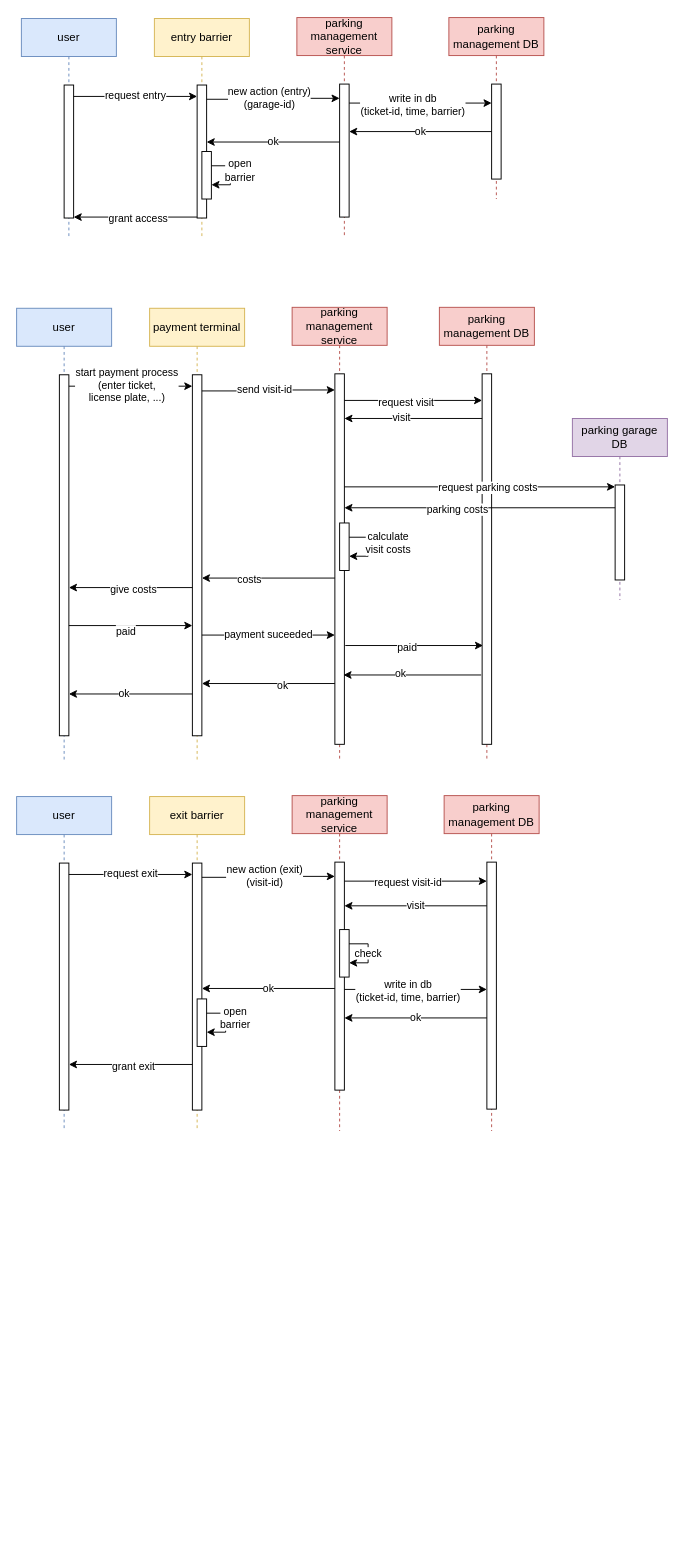
msi-cad-vw/.github keeps this draw.io diagram as page "sequence" (5 of 8) of docu/parking_management.drawio. Above is the earlier version. Source tidied: cells renumbered, new cells numbered last; positions are measured from the earlier drawing's top-left corner, leaving out a move shared by most shapes. Both pictures are drawn from the tidied source at 95%, with x=0, y=0 at pixel (16, 17).
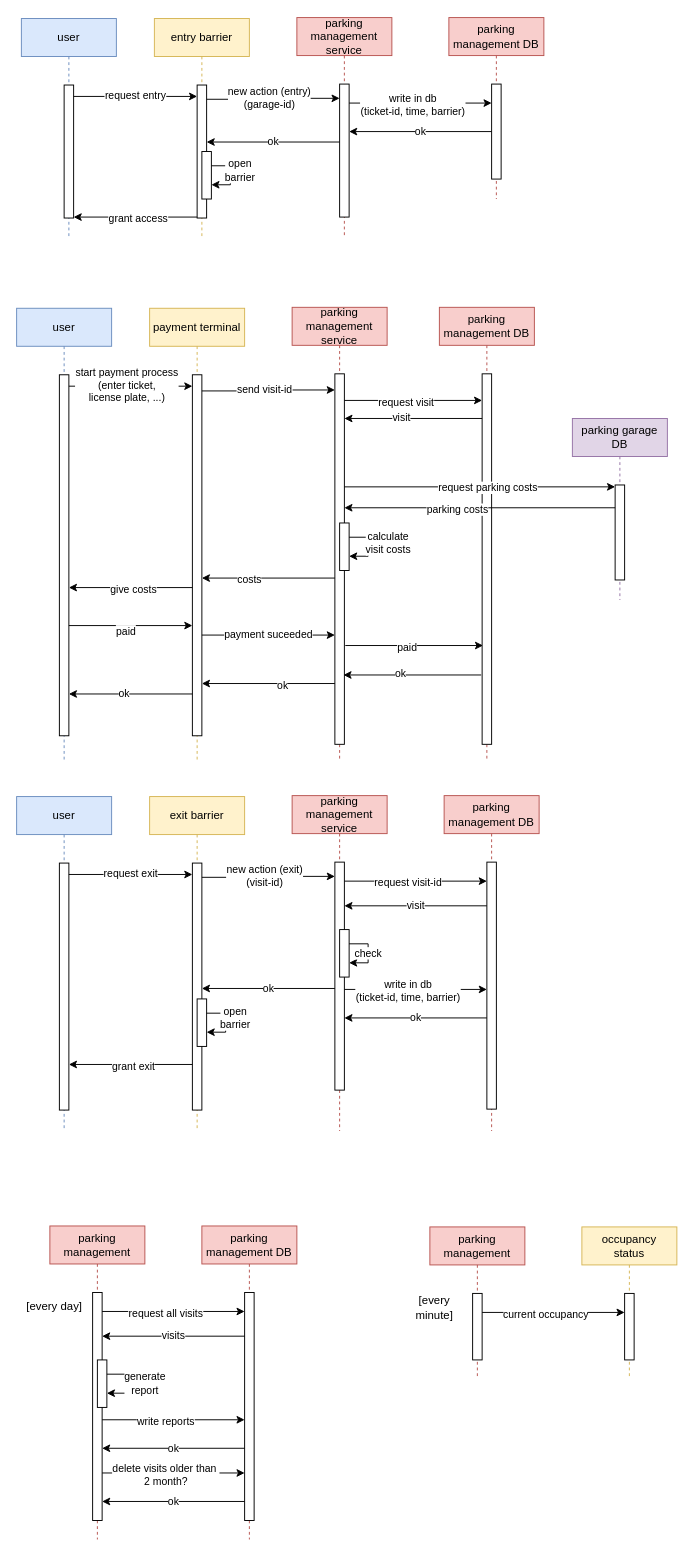
After the change.

Change to the diagram source:
```diff
@@
+    <mxCell id="87" value="parking management" style="shape=umlLifeline;perimeter=lifelinePerimeter;whiteSpace=wrap;html=1;newEdgeStyle={&quot;edgeStyle&quot;:&quot;elbowEdgeStyle&quot;,&quot;elbow&quot;:&quot;vertical&quot;,&quot;curved&quot;:0,&quot;rounded&quot;:0};fillColor=#f8cecc;strokeColor=#b85450;" parent="1" vertex="1">
+      <mxGeometry x="35" y="1272" width="100" height="330" as="geometry" />
+    </mxCell>
+    <mxCell id="88" style="html=1;perimeter=orthogonalPerimeter;targetShapes=umlLifeline;newEdgeStyle={&quot;edgeStyle&quot;:&quot;elbowEdgeStyle&quot;,&quot;elbow&quot;:&quot;vertical&quot;,&quot;curved&quot;:0,&quot;rounded&quot;:0};" parent="87" vertex="1">
+      <mxGeometry x="45" y="70" width="10" height="240" as="geometry" />
+    </mxCell>
+    <mxCell id="89" value="parking management DB" style="shape=umlLifeline;perimeter=lifelinePerimeter;whiteSpace=wrap;html=1;newEdgeStyle={&quot;edgeStyle&quot;:&quot;elbowEdgeStyle&quot;,&quot;elbow&quot;:&quot;vertical&quot;,&quot;curved&quot;:0,&quot;rounded&quot;:0};fillColor=#f8cecc;strokeColor=#b85450;" parent="1" vertex="1">
+      <mxGeometry x="195" y="1272" width="100" height="330" as="geometry" />
+    </mxCell>
+    <mxCell id="90" style="html=1;perimeter=orthogonalPerimeter;targetShapes=umlLifeline;newEdgeStyle={&quot;edgeStyle&quot;:&quot;elbowEdgeStyle&quot;,&quot;elbow&quot;:&quot;vertical&quot;,&quot;curved&quot;:0,&quot;rounded&quot;:0};" parent="89" vertex="1">
+      <mxGeometry x="45" y="70" width="10" height="240" as="geometry" />
+    </mxCell>
+    <mxCell id="91" style="edgeStyle=none;rounded=0;orthogonalLoop=1;jettySize=auto;html=1;" parent="1" edge="1">
+      <mxGeometry relative="1" as="geometry">
+        <mxPoint x="90" y="1362" as="sourcePoint" />
+        <mxPoint x="240" y="1362" as="targetPoint" />
+      </mxGeometry>
+    </mxCell>
+    <mxCell id="92" value="request all visits" style="edgeLabel;html=1;align=center;verticalAlign=middle;" parent="91" vertex="1">
+      <mxGeometry x="-0.12" y="-1" relative="1" as="geometry" />
+    </mxCell>
+    <mxCell id="93" value="visits" style="edgeStyle=none;rounded=0;orthogonalLoop=1;jettySize=auto;html=1;" parent="1" edge="1">
+      <mxGeometry relative="1" as="geometry">
+        <mxPoint x="240" y="1388" as="sourcePoint" />
+        <mxPoint x="90" y="1388" as="targetPoint" />
+      </mxGeometry>
+    </mxCell>
+    <mxCell id="94" style="html=1;points=[];perimeter=orthogonalPerimeter;outlineConnect=0;targetShapes=umlLifeline;portConstraint=eastwest;newEdgeStyle={&quot;edgeStyle&quot;:&quot;elbowEdgeStyle&quot;,&quot;elbow&quot;:&quot;vertical&quot;,&quot;curved&quot;:0,&quot;rounded&quot;:0};" parent="1" vertex="1">
+      <mxGeometry x="85" y="1413" width="10" height="50" as="geometry" />
+    </mxCell>
+    <mxCell id="95" value="generate&lt;br&gt;report" style="edgeStyle=none;rounded=0;orthogonalLoop=1;jettySize=auto;html=1;" parent="1" edge="1" source="94" target="94">
+      <mxGeometry y="20" relative="1" as="geometry" />
+    </mxCell>
+    <mxCell id="96" style="edgeStyle=none;rounded=0;orthogonalLoop=1;jettySize=auto;html=1;" parent="1" edge="1">
+      <mxGeometry relative="1" as="geometry">
+        <mxPoint x="90" y="1476" as="sourcePoint" />
+        <mxPoint x="240" y="1476" as="targetPoint" />
+      </mxGeometry>
+    </mxCell>
+    <mxCell id="97" value="write reports" style="edgeLabel;html=1;align=center;verticalAlign=middle;" parent="96" vertex="1">
+      <mxGeometry x="-0.12" y="-1" relative="1" as="geometry" />
+    </mxCell>
+    <mxCell id="98" value="ok" style="edgeStyle=none;rounded=0;orthogonalLoop=1;jettySize=auto;html=1;" parent="1" edge="1">
+      <mxGeometry relative="1" as="geometry">
+        <mxPoint x="240" y="1506" as="sourcePoint" />
+        <mxPoint x="90" y="1506" as="targetPoint" />
+      </mxGeometry>
+    </mxCell>
+    <mxCell id="99" value="[every day]" style="text;html=1;strokeColor=none;fillColor=none;align=center;verticalAlign=middle;whiteSpace=wrap;rounded=0;" parent="1" vertex="1">
+      <mxGeometry x="5" y="1342" width="70" height="30" as="geometry" />
+    </mxCell>
+    <mxCell id="100" style="edgeStyle=none;rounded=0;orthogonalLoop=1;jettySize=auto;html=1;" parent="1" edge="1">
+      <mxGeometry relative="1" as="geometry">
+        <mxPoint x="90" y="1532" as="sourcePoint" />
+        <mxPoint x="240" y="1532" as="targetPoint" />
+      </mxGeometry>
+    </mxCell>
+    <mxCell id="101" value="delete visits older than&amp;nbsp;&lt;br&gt;2 month?" style="edgeLabel;html=1;align=center;verticalAlign=middle;" parent="100" vertex="1">
+      <mxGeometry x="-0.12" y="-1" relative="1" as="geometry" />
+    </mxCell>
+    <mxCell id="102" value="ok" style="edgeStyle=none;rounded=0;orthogonalLoop=1;jettySize=auto;html=1;" parent="1" edge="1">
+      <mxGeometry relative="1" as="geometry">
+        <mxPoint x="240" y="1562" as="sourcePoint" />
+        <mxPoint x="90" y="1562" as="targetPoint" />
+      </mxGeometry>
+    </mxCell>
+    <mxCell id="103" value="parking management" style="shape=umlLifeline;perimeter=lifelinePerimeter;whiteSpace=wrap;html=1;newEdgeStyle={&quot;edgeStyle&quot;:&quot;elbowEdgeStyle&quot;,&quot;elbow&quot;:&quot;vertical&quot;,&quot;curved&quot;:0,&quot;rounded&quot;:0};fillColor=#f8cecc;strokeColor=#b85450;" parent="1" vertex="1">
+      <mxGeometry x="435" y="1273" width="100" height="159" as="geometry" />
+    </mxCell>
+    <mxCell id="104" style="html=1;perimeter=orthogonalPerimeter;targetShapes=umlLifeline;newEdgeStyle={&quot;edgeStyle&quot;:&quot;elbowEdgeStyle&quot;,&quot;elbow&quot;:&quot;vertical&quot;,&quot;curved&quot;:0,&quot;rounded&quot;:0};" parent="103" vertex="1">
+      <mxGeometry x="45" y="70" width="10" height="70" as="geometry" />
+    </mxCell>
+    <mxCell id="105" value="occupancy &lt;br&gt;status" style="shape=umlLifeline;perimeter=lifelinePerimeter;whiteSpace=wrap;html=1;newEdgeStyle={&quot;edgeStyle&quot;:&quot;elbowEdgeStyle&quot;,&quot;elbow&quot;:&quot;vertical&quot;,&quot;curved&quot;:0,&quot;rounded&quot;:0};fillColor=#fff2cc;strokeColor=#d6b656;" parent="1" vertex="1">
+      <mxGeometry x="595" y="1273" width="100" height="159" as="geometry" />
+    </mxCell>
+    <mxCell id="106" style="html=1;perimeter=orthogonalPerimeter;targetShapes=umlLifeline;newEdgeStyle={&quot;edgeStyle&quot;:&quot;elbowEdgeStyle&quot;,&quot;elbow&quot;:&quot;vertical&quot;,&quot;curved&quot;:0,&quot;rounded&quot;:0};" parent="105" vertex="1">
+      <mxGeometry x="45" y="70" width="10" height="70" as="geometry" />
+    </mxCell>
+    <mxCell id="107" style="edgeStyle=none;rounded=0;orthogonalLoop=1;jettySize=auto;html=1;" parent="1" edge="1">
+      <mxGeometry relative="1" as="geometry">
+        <mxPoint x="490" y="1363" as="sourcePoint" />
+        <mxPoint x="640" y="1363" as="targetPoint" />
+      </mxGeometry>
+    </mxCell>
+    <mxCell id="108" value="current occupancy" style="edgeLabel;html=1;align=center;verticalAlign=middle;" parent="107" vertex="1">
+      <mxGeometry x="-0.12" y="-1" relative="1" as="geometry" />
+    </mxCell>
+    <mxCell id="109" value="[every minute]" style="text;html=1;strokeColor=none;fillColor=none;align=center;verticalAlign=middle;whiteSpace=wrap;rounded=0;" parent="1" vertex="1">
+      <mxGeometry x="405" y="1343" width="70" height="30" as="geometry" />
+    </mxCell>
```
